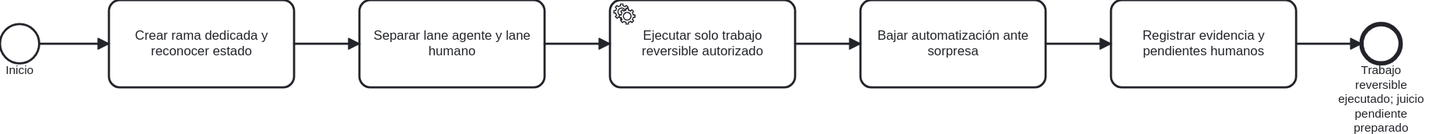
Before: docs/atlas/render/18-desatendido-as-is.svg, a diagram exported from BPMN (ArmandoMedina/jidoka). Its source is kept beside it as docs/atlas/10-ritual/18-desatendido-as-is.bpmn. Ids are renumbered.
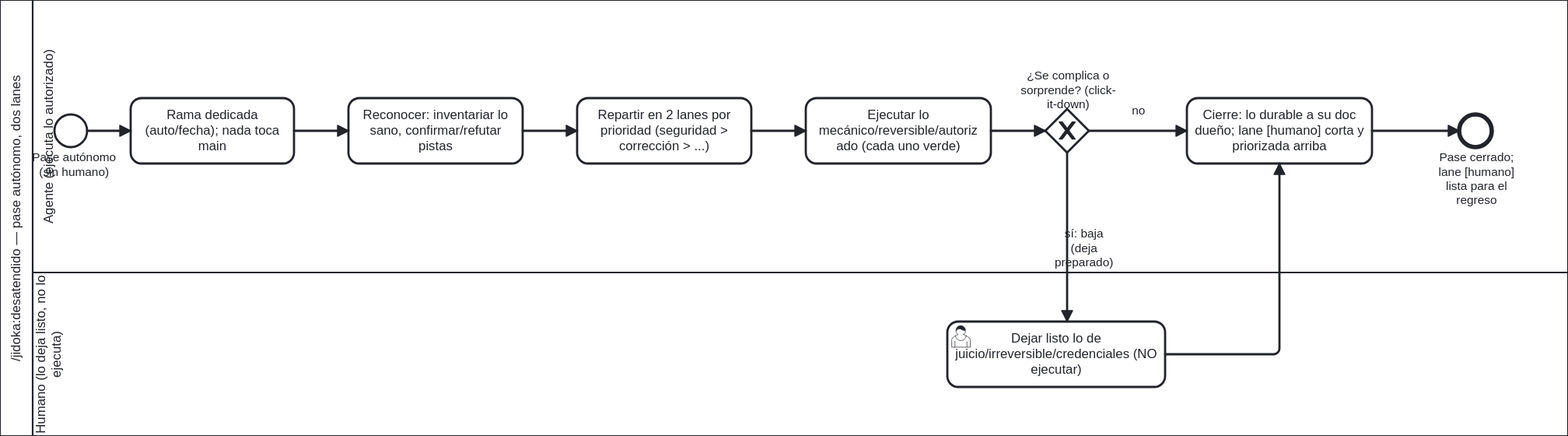
After the change.

What changed in the source:
```diff
@@ -1,85 +1,147 @@
-<bpmn:definitions xmlns:bpmn="http://www.omg.org/spec/BPMN/20100524/MODEL" xmlns:bpmndi="http://www.omg.org/spec/BPMN/20100524/DI" xmlns:dc="http://www.omg.org/spec/DD/20100524/DC" xmlns:di="http://www.omg.org/spec/DD/20100524/DI" xmlns:xsi="http://www.w3.org/2001/XMLSchema-instance" id="Definitions_18_Desatendido" targetNamespace="https://github.com/ArmandoMedina/jidoka/process-atlas" exporter="OpenAI BPMN Atlas Generator" exporterVersion="0.2" xmlns:modeler="http://camunda.org/schema/modeler/1.0" modeler:executionPlatform="Camunda Platform" modeler:executionPlatformVersion="7.18.0">
-  <bpmn:process id="Process_Desatendido" name="/jidoka:desatendido — trabajo sin humano presente" isExecutable="false">
-    <bpmn:documentation>Fuente: .claude/commands/jidoka/desatendido.md</bpmn:documentation>
-    <bpmn:startEvent id="Start" name="Inicio">
-      <bpmn:outgoing>F_Start_Task_Rama</bpmn:outgoing>
+<bpmn:definitions xmlns:bpmn="http://www.omg.org/spec/BPMN/20100524/MODEL" xmlns:bpmndi="http://www.omg.org/spec/BPMN/20100524/DI" xmlns:dc="http://www.omg.org/spec/DD/20100524/DC" xmlns:di="http://www.omg.org/spec/DD/20100524/DI" xmlns:xsi="http://www.w3.org/2001/XMLSchema-instance" id="Definitions_18_Desatendido" targetNamespace="https://github.com/ArmandoMedina/jidoka/process-atlas" exporter="Jidoka Atlas" exporterVersion="0.3" xmlns:modeler="http://camunda.org/schema/modeler/1.0" modeler:executionPlatform="Camunda Platform" modeler:executionPlatformVersion="7.18.0">
+  <bpmn:collaboration id="Collab_Desatendido">
+    <bpmn:participant id="Pool_Desatendido" name="/jidoka:desatendido — pase autónomo, dos lanes" processRef="Process_Desatendido"/>
+  </bpmn:collaboration>
+  <bpmn:process id="Process_Desatendido" name="/jidoka:desatendido — repartir lo ejecutable de lo que exige juicio" isExecutable="false">
+    <bpmn:documentation>Fuente: .claude/commands/jidoka/desatendido.md. Carriles: el Agente ejecuta lo mecánico y reversible; lo de juicio/irreversible se DEJA LISTO para el Humano (no se ejecuta).</bpmn:documentation>
+    <bpmn:laneSet id="LaneSet_Desatendido">
+      <bpmn:lane id="Lane_Agente" name="Agente (ejecuta lo autorizado)">
+        <bpmn:flowNodeRef>Start</bpmn:flowNodeRef>
+        <bpmn:flowNodeRef>T_Rama</bpmn:flowNodeRef>
+        <bpmn:flowNodeRef>T_Reconocer</bpmn:flowNodeRef>
+        <bpmn:flowNodeRef>T_Repartir</bpmn:flowNodeRef>
+        <bpmn:flowNodeRef>T_Ejecutar</bpmn:flowNodeRef>
+        <bpmn:flowNodeRef>Gw_Complica</bpmn:flowNodeRef>
+        <bpmn:flowNodeRef>T_Cierre</bpmn:flowNodeRef>
+        <bpmn:flowNodeRef>End</bpmn:flowNodeRef>
+      </bpmn:lane>
+      <bpmn:lane id="Lane_Humano" name="Humano (lo deja listo, no lo ejecuta)">
+        <bpmn:flowNodeRef>U_DejarListo</bpmn:flowNodeRef>
+      </bpmn:lane>
+    </bpmn:laneSet>
+    <bpmn:startEvent id="Start" name="Pase autónomo (sin humano)">
+      <bpmn:outgoing>f1</bpmn:outgoing>
     </bpmn:startEvent>
-    <bpmn:task id="Task_Rama" name="Crear rama dedicada y reconocer estado">
-      <bpmn:incoming>F_Start_Task_Rama</bpmn:incoming>
-      <bpmn:outgoing>F_Task_Rama_Task_Clasificar</bpmn:outgoing>
+    <bpmn:task id="T_Rama" name="Rama dedicada (auto/fecha); nada toca main">
+      <bpmn:incoming>f1</bpmn:incoming>
+      <bpmn:outgoing>f2</bpmn:outgoing>
     </bpmn:task>
-    <bpmn:sequenceFlow id="F_Start_Task_Rama" sourceRef="Start" targetRef="Task_Rama"/>
-    <bpmn:task id="Task_Clasificar" name="Separar lane agente y lane humano">
-      <bpmn:incoming>F_Task_Rama_Task_Clasificar</bpmn:incoming>
-      <bpmn:outgoing>F_Task_Clasificar_Task_Ejecutar</bpmn:outgoing>
+    <bpmn:task id="T_Reconocer" name="Reconocer: inventariar lo sano, confirmar/refutar pistas">
+      <bpmn:incoming>f2</bpmn:incoming>
+      <bpmn:outgoing>f3</bpmn:outgoing>
     </bpmn:task>
-    <bpmn:sequenceFlow id="F_Task_Rama_Task_Clasificar" sourceRef="Task_Rama" targetRef="Task_Clasificar"/>
-    <bpmn:serviceTask id="Task_Ejecutar" name="Ejecutar solo trabajo reversible autorizado">
-      <bpmn:incoming>F_Task_Clasificar_Task_Ejecutar</bpmn:incoming>
-      <bpmn:outgoing>F_Task_Ejecutar_Task_ClickDown</bpmn:outgoing>
-    </bpmn:serviceTask>
-    <bpmn:sequenceFlow id="F_Task_Clasificar_Task_Ejecutar" sourceRef="Task_Clasificar" targetRef="Task_Ejecutar"/>
-    <bpmn:task id="Task_ClickDown" name="Bajar automatización ante sorpresa">
-      <bpmn:incoming>F_Task_Ejecutar_Task_ClickDown</bpmn:incoming>
-      <bpmn:outgoing>F_Task_ClickDown_Task_Cerrar</bpmn:outgoing>
+    <bpmn:task id="T_Repartir" name="Repartir en 2 lanes por prioridad (seguridad > corrección > ...)">
+      <bpmn:incoming>f3</bpmn:incoming>
+      <bpmn:outgoing>f4</bpmn:outgoing>
     </bpmn:task>
-    <bpmn:sequenceFlow id="F_Task_Ejecutar_Task_ClickDown" sourceRef="Task_Ejecutar" targetRef="Task_ClickDown"/>
-    <bpmn:task id="Task_Cerrar" name="Registrar evidencia y pendientes humanos">
-      <bpmn:incoming>F_Task_ClickDown_Task_Cerrar</bpmn:incoming>
-      <bpmn:outgoing>F_Task_Cerrar_End</bpmn:outgoing>
+    <bpmn:task id="T_Ejecutar" name="Ejecutar lo mecánico/reversible/autorizado (cada uno verde)">
+      <bpmn:incoming>f4</bpmn:incoming>
+      <bpmn:outgoing>f5</bpmn:outgoing>
     </bpmn:task>
-    <bpmn:sequenceFlow id="F_Task_ClickDown_Task_Cerrar" sourceRef="Task_ClickDown" targetRef="Task_Cerrar"/>
-    <bpmn:endEvent id="End" name="Trabajo reversible ejecutado; juicio pendiente preparado">
-      <bpmn:incoming>F_Task_Cerrar_End</bpmn:incoming>
+    <bpmn:exclusiveGateway id="Gw_Complica" name="¿Se complica o sorprende? (click-it-down)">
+      <bpmn:incoming>f5</bpmn:incoming>
+      <bpmn:outgoing>f_si</bpmn:outgoing>
+      <bpmn:outgoing>f_no</bpmn:outgoing>
+    </bpmn:exclusiveGateway>
+    <bpmn:userTask id="U_DejarListo" name="Dejar listo lo de juicio/irreversible/credenciales (NO ejecutar)">
+      <bpmn:incoming>f_si</bpmn:incoming>
+      <bpmn:outgoing>f_listo_cierre</bpmn:outgoing>
+    </bpmn:userTask>
+    <bpmn:task id="T_Cierre" name="Cierre: lo durable a su doc dueño; lane [humano] corta y priorizada arriba">
+      <bpmn:incoming>f_no</bpmn:incoming>
+      <bpmn:incoming>f_listo_cierre</bpmn:incoming>
+      <bpmn:outgoing>f_cierre_end</bpmn:outgoing>
+    </bpmn:task>
+    <bpmn:endEvent id="End" name="Pase cerrado; lane [humano] lista para el regreso">
+      <bpmn:incoming>f_cierre_end</bpmn:incoming>
     </bpmn:endEvent>
-    <bpmn:sequenceFlow id="F_Task_Cerrar_End" sourceRef="Task_Cerrar" targetRef="End"/>
+    <bpmn:sequenceFlow id="f1" sourceRef="Start" targetRef="T_Rama"/>
+    <bpmn:sequenceFlow id="f2" sourceRef="T_Rama" targetRef="T_Reconocer"/>
+    <bpmn:sequenceFlow id="f3" sourceRef="T_Reconocer" targetRef="T_Repartir"/>
+    <bpmn:sequenceFlow id="f4" sourceRef="T_Repartir" targetRef="T_Ejecutar"/>
+    <bpmn:sequenceFlow id="f5" sourceRef="T_Ejecutar" targetRef="Gw_Complica"/>
+    <bpmn:sequenceFlow id="f_si" name="sí: baja (deja preparado)" sourceRef="Gw_Complica" targetRef="U_DejarListo"/>
+    <bpmn:sequenceFlow id="f_no" name="no" sourceRef="Gw_Complica" targetRef="T_Cierre"/>
+    <bpmn:sequenceFlow id="f_listo_cierre" sourceRef="U_DejarListo" targetRef="T_Cierre"/>
+    <bpmn:sequenceFlow id="f_cierre_end" sourceRef="T_Cierre" targetRef="End"/>
   </bpmn:process>
   <bpmndi:BPMNDiagram id="Diagram_18_Desatendido">
-    <bpmndi:BPMNPlane id="Plane_Diagram_18_Desatendido" bpmnElement="Process_Desatendido">
-      <bpmndi:BPMNShape id="Shape_Start" bpmnElement="Start">
-        <dc:Bounds x="80" y="220" width="36" height="36"/>
+    <bpmndi:BPMNPlane id="Plane_18_Desatendido" bpmnElement="Collab_Desatendido">
+      <bpmndi:BPMNShape id="S_Pool" bpmnElement="Pool_Desatendido" isHorizontal="true">
+        <dc:Bounds x="160" y="80" width="1440" height="400"/>
       </bpmndi:BPMNShape>
-      <bpmndi:BPMNShape id="Shape_Task_Rama" bpmnElement="Task_Rama">
-        <dc:Bounds x="180" y="198" width="170" height="80"/>
+      <bpmndi:BPMNShape id="S_LaneA" bpmnElement="Lane_Agente" isHorizontal="true">
+        <dc:Bounds x="190" y="80" width="1410" height="250"/>
       </bpmndi:BPMNShape>
-      <bpmndi:BPMNEdge id="Edge_F_Start_Task_Rama" bpmnElement="F_Start_Task_Rama">
-        <di:waypoint x="116" y="238"/>
-        <di:waypoint x="180" y="238"/>
+      <bpmndi:BPMNShape id="S_LaneH" bpmnElement="Lane_Humano" isHorizontal="true">
+        <dc:Bounds x="190" y="330" width="1410" height="150"/>
+      </bpmndi:BPMNShape>
+      <bpmndi:BPMNShape id="S_Start" bpmnElement="Start">
+        <dc:Bounds x="210" y="185" width="30" height="30"/>
+        <bpmndi:BPMNLabel><dc:Bounds x="186" y="218" width="84" height="27"/></bpmndi:BPMNLabel>
+      </bpmndi:BPMNShape>
+      <bpmndi:BPMNShape id="S_TRama" bpmnElement="T_Rama">
+        <dc:Bounds x="280" y="170" width="150" height="60"/>
+      </bpmndi:BPMNShape>
+      <bpmndi:BPMNShape id="S_TReconocer" bpmnElement="T_Reconocer">
+        <dc:Bounds x="480" y="170" width="160" height="60"/>
+      </bpmndi:BPMNShape>
+      <bpmndi:BPMNShape id="S_TRepartir" bpmnElement="T_Repartir">
+        <dc:Bounds x="690" y="170" width="160" height="60"/>
+      </bpmndi:BPMNShape>
+      <bpmndi:BPMNShape id="S_TEjecutar" bpmnElement="T_Ejecutar">
+        <dc:Bounds x="900" y="170" width="170" height="60"/>
+      </bpmndi:BPMNShape>
+      <bpmndi:BPMNShape id="S_GwComplica" bpmnElement="Gw_Complica" isMarkerVisible="true">
+        <dc:Bounds x="1120" y="180" width="40" height="40"/>
+        <bpmndi:BPMNLabel><dc:Bounds x="1105" y="143" width="72" height="27"/></bpmndi:BPMNLabel>
+      </bpmndi:BPMNShape>
+      <bpmndi:BPMNShape id="S_UDejarListo" bpmnElement="U_DejarListo">
+        <dc:Bounds x="1030" y="375" width="200" height="60"/>
+      </bpmndi:BPMNShape>
+      <bpmndi:BPMNShape id="S_TCierre" bpmnElement="T_Cierre">
+        <dc:Bounds x="1250" y="170" width="170" height="60"/>
+      </bpmndi:BPMNShape>
+      <bpmndi:BPMNShape id="S_End" bpmnElement="End">
+        <dc:Bounds x="1500" y="185" width="30" height="30"/>
+        <bpmndi:BPMNLabel><dc:Bounds x="1475" y="218" width="82" height="27"/></bpmndi:BPMNLabel>
+      </bpmndi:BPMNShape>
+      <bpmndi:BPMNEdge id="E_f1" bpmnElement="f1">
+        <di:waypoint x="240" y="200"/>
+        <di:waypoint x="280" y="200"/>
       </bpmndi:BPMNEdge>
-      <bpmndi:BPMNShape id="Shape_Task_Clasificar" bpmnElement="Task_Clasificar">
-        <dc:Bounds x="410" y="198" width="170" height="80"/>
-      </bpmndi:BPMNShape>
-      <bpmndi:BPMNEdge id="Edge_F_Task_Rama_Task_Clasificar" bpmnElement="F_Task_Rama_Task_Clasificar">
-        <di:waypoint x="350" y="238"/>
-        <di:waypoint x="410" y="238"/>
+      <bpmndi:BPMNEdge id="E_f2" bpmnElement="f2">
+        <di:waypoint x="430" y="200"/>
+        <di:waypoint x="480" y="200"/>
       </bpmndi:BPMNEdge>
-      <bpmndi:BPMNShape id="Shape_Task_Ejecutar" bpmnElement="Task_Ejecutar">
-        <dc:Bounds x="640" y="198" width="170" height="80"/>
-      </bpmndi:BPMNShape>
-      <bpmndi:BPMNEdge id="Edge_F_Task_Clasificar_Task_Ejecutar" bpmnElement="F_Task_Clasificar_Task_Ejecutar">
-        <di:waypoint x="580" y="238"/>
-        <di:waypoint x="640" y="238"/>
+      <bpmndi:BPMNEdge id="E_f3" bpmnElement="f3">
+        <di:waypoint x="640" y="200"/>
+        <di:waypoint x="690" y="200"/>
       </bpmndi:BPMNEdge>
-      <bpmndi:BPMNShape id="Shape_Task_ClickDown" bpmnElement="Task_ClickDown">
-        <dc:Bounds x="870" y="198" width="170" height="80"/>
-      </bpmndi:BPMNShape>
-      <bpmndi:BPMNEdge id="Edge_F_Task_Ejecutar_Task_ClickDown" bpmnElement="F_Task_Ejecutar_Task_ClickDown">
-        <di:waypoint x="810" y="238"/>
-        <di:waypoint x="870" y="238"/>
+      <bpmndi:BPMNEdge id="E_f4" bpmnElement="f4">
+        <di:waypoint x="850" y="200"/>
+        <di:waypoint x="900" y="200"/>
       </bpmndi:BPMNEdge>
-      <bpmndi:BPMNShape id="Shape_Task_Cerrar" bpmnElement="Task_Cerrar">
-        <dc:Bounds x="1100" y="198" width="170" height="80"/>
-      </bpmndi:BPMNShape>
-      <bpmndi:BPMNEdge id="Edge_F_Task_ClickDown_Task_Cerrar" bpmnElement="F_Task_ClickDown_Task_Cerrar">
-        <di:waypoint x="1040" y="238"/>
-        <di:waypoint x="1100" y="238"/>
+      <bpmndi:BPMNEdge id="E_f5" bpmnElement="f5">
+        <di:waypoint x="1070" y="200"/>
+        <di:waypoint x="1120" y="200"/>
       </bpmndi:BPMNEdge>
-      <bpmndi:BPMNShape id="Shape_End" bpmnElement="End">
-        <dc:Bounds x="1330" y="220" width="36" height="36"/>
-      </bpmndi:BPMNShape>
-      <bpmndi:BPMNEdge id="Edge_F_Task_Cerrar_End" bpmnElement="F_Task_Cerrar_End">
-        <di:waypoint x="1270" y="238"/>
-        <di:waypoint x="1330" y="238"/>
+      <bpmndi:BPMNEdge id="E_f_si" bpmnElement="f_si">
+        <di:waypoint x="1140" y="220"/>
+        <di:waypoint x="1140" y="375"/>
+      </bpmndi:BPMNEdge>
+      <bpmndi:BPMNEdge id="E_f_no" bpmnElement="f_no">
+        <di:waypoint x="1160" y="200"/>
+        <di:waypoint x="1250" y="200"/>
+      </bpmndi:BPMNEdge>
+      <bpmndi:BPMNEdge id="E_f_listo_cierre" bpmnElement="f_listo_cierre">
+        <di:waypoint x="1230" y="405"/>
+        <di:waypoint x="1335" y="405"/>
+        <di:waypoint x="1335" y="230"/>
+      </bpmndi:BPMNEdge>
+      <bpmndi:BPMNEdge id="E_f_cierre_end" bpmnElement="f_cierre_end">
+        <di:waypoint x="1420" y="200"/>
+        <di:waypoint x="1500" y="200"/>
       </bpmndi:BPMNEdge>
     </bpmndi:BPMNPlane>
   </bpmndi:BPMNDiagram>
```
